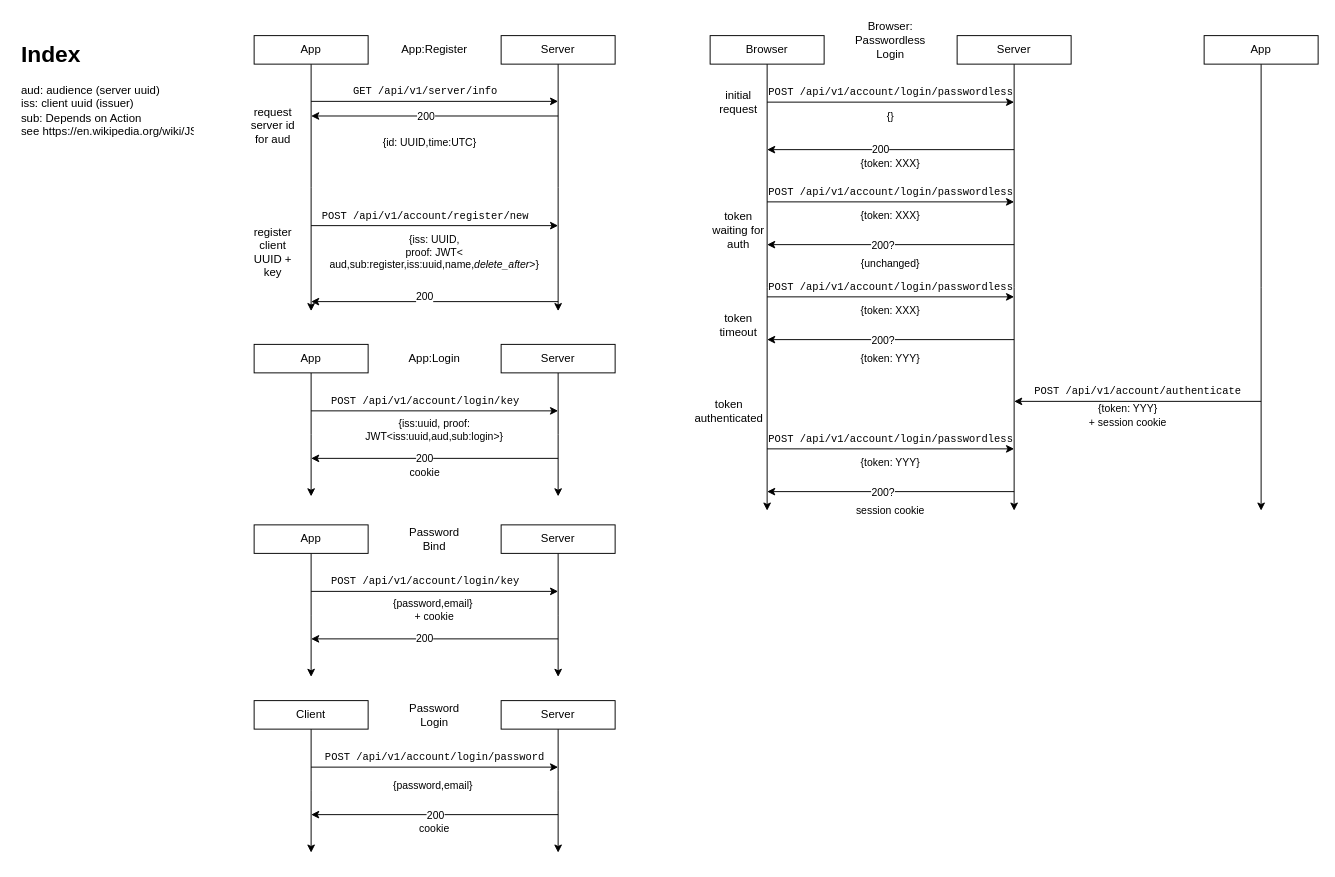
Above: api_flow.drawio in 0xpr03/vta_backend (draw.io), before the change. Source tidied: cells renumbered, new cells numbered last; positions are measured from the earlier drawing's top-left corner, leaving out a move shared by most shapes. Both pictures are drawn from the tidied source at 95%, with x=0, y=0 at pixel (16, 16).
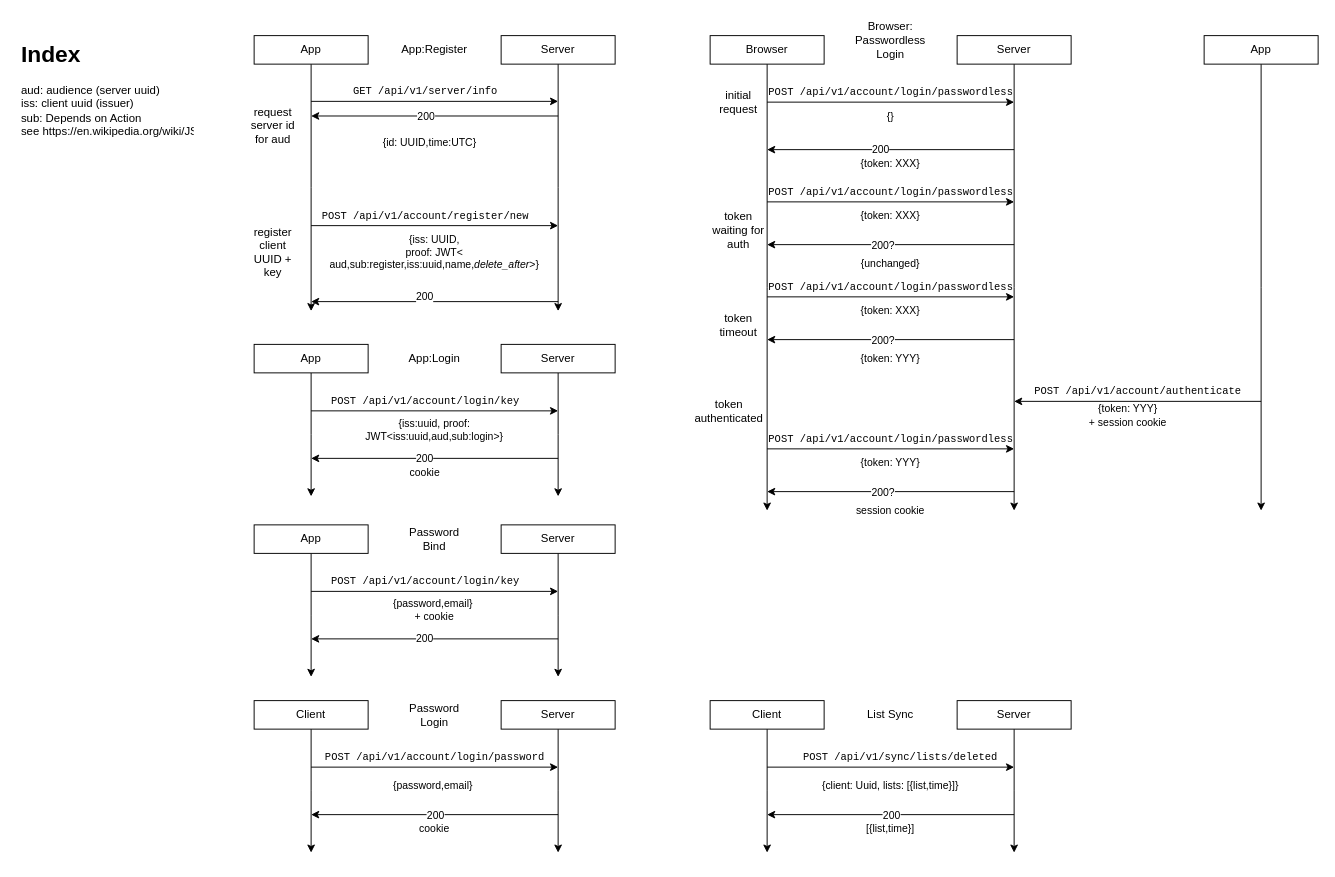
The same diagram, later.

Commit message (it also covers changes not shown here):
add list delete sync

The edit, as a diff of the source:
```diff
@@
+    <mxCell id="90" style="edgeStyle=orthogonalEdgeStyle;rounded=0;jettySize=auto;html=1;" parent="1" edge="1" source="91">
+      <mxGeometry relative="1" as="geometry">
+        <mxPoint x="790" y="880" as="targetPoint" />
+      </mxGeometry>
+    </mxCell>
+    <mxCell id="91" value="Client" style="rounded=0;whiteSpace=wrap;html=1;" parent="1" vertex="1">
+      <mxGeometry x="730" y="720" width="120" height="30" as="geometry" />
+    </mxCell>
+    <mxCell id="92" style="edgeStyle=orthogonalEdgeStyle;rounded=0;jettySize=auto;html=1;fontSize=11;fontColor=#000000;" parent="1" edge="1" source="93">
+      <mxGeometry relative="1" as="geometry">
+        <mxPoint x="1050" y="880" as="targetPoint" />
+      </mxGeometry>
+    </mxCell>
+    <mxCell id="93" value="Server" style="rounded=0;whiteSpace=wrap;html=1;" parent="1" vertex="1">
+      <mxGeometry x="990" y="720" width="120" height="30" as="geometry" />
+    </mxCell>
+    <mxCell id="94" style="endArrow=classic;html=1;rounded=0;" parent="1" edge="1">
+      <mxGeometry relative="1" as="geometry">
+        <mxPoint x="790" y="790" as="sourcePoint" />
+        <mxPoint x="1050" y="790" as="targetPoint" />
+      </mxGeometry>
+    </mxCell>
+    <mxCell id="95" value="{client: Uuid, lists: [{list,time}]}" style="text;html=1;strokeColor=none;fillColor=none;align=center;verticalAlign=middle;whiteSpace=wrap;rounded=0;labelBackgroundColor=#FFFFFF;fontSize=11;fontColor=#000000;" parent="1" vertex="1">
+      <mxGeometry x="830" y="795" width="180" height="30" as="geometry" />
+    </mxCell>
+    <mxCell id="96" style="endArrow=classic;html=1;rounded=0;fontSize=11;fontColor=#000000;" parent="1" edge="1">
+      <mxGeometry relative="1" as="geometry">
+        <mxPoint x="1050" y="840" as="sourcePoint" />
+        <mxPoint x="790" y="840" as="targetPoint" />
+      </mxGeometry>
+    </mxCell>
+    <mxCell id="97" value="200" style="edgeLabel;html=1;align=center;verticalAlign=middle;" parent="96" vertex="1">
+      <mxGeometry x="-0.83" y="1" relative="1" as="geometry">
+        <mxPoint x="-108" y="-1" as="offset" />
+      </mxGeometry>
+    </mxCell>
+    <mxCell id="98" value="List Sync" style="text;html=1;strokeColor=none;fillColor=none;align=center;verticalAlign=middle;whiteSpace=wrap;rounded=0;" parent="1" vertex="1">
+      <mxGeometry x="890" y="720" width="60" height="30" as="geometry" />
+    </mxCell>
+    <mxCell id="99" value="[{list,time}]" style="text;html=1;strokeColor=none;fillColor=none;align=center;verticalAlign=middle;whiteSpace=wrap;rounded=0;labelBackgroundColor=#FFFFFF;fontSize=11;fontColor=#000000;" parent="1" vertex="1">
+      <mxGeometry x="830" y="840" width="180" height="30" as="geometry" />
+    </mxCell>
+    <mxCell id="100" value="&lt;div style=&quot;font-family: &amp;#34;fira code&amp;#34; , &amp;#34;consolas&amp;#34; , &amp;#34;courier new&amp;#34; , monospace , &amp;#34;consolas&amp;#34; , &amp;#34;courier new&amp;#34; , monospace ; line-height: 19px&quot;&gt;&lt;font style=&quot;font-size: 11px ; background-color: rgb(255 , 255 , 255)&quot;&gt;POST /api/v1/sync/lists/deleted&lt;/font&gt;&lt;/div&gt;" style="text;html=1;align=center;verticalAlign=middle;strokeColor=none;fillColor=none;" parent="1" vertex="1">
+      <mxGeometry x="815" y="765" width="230" height="30" as="geometry" />
+    </mxCell>
```
